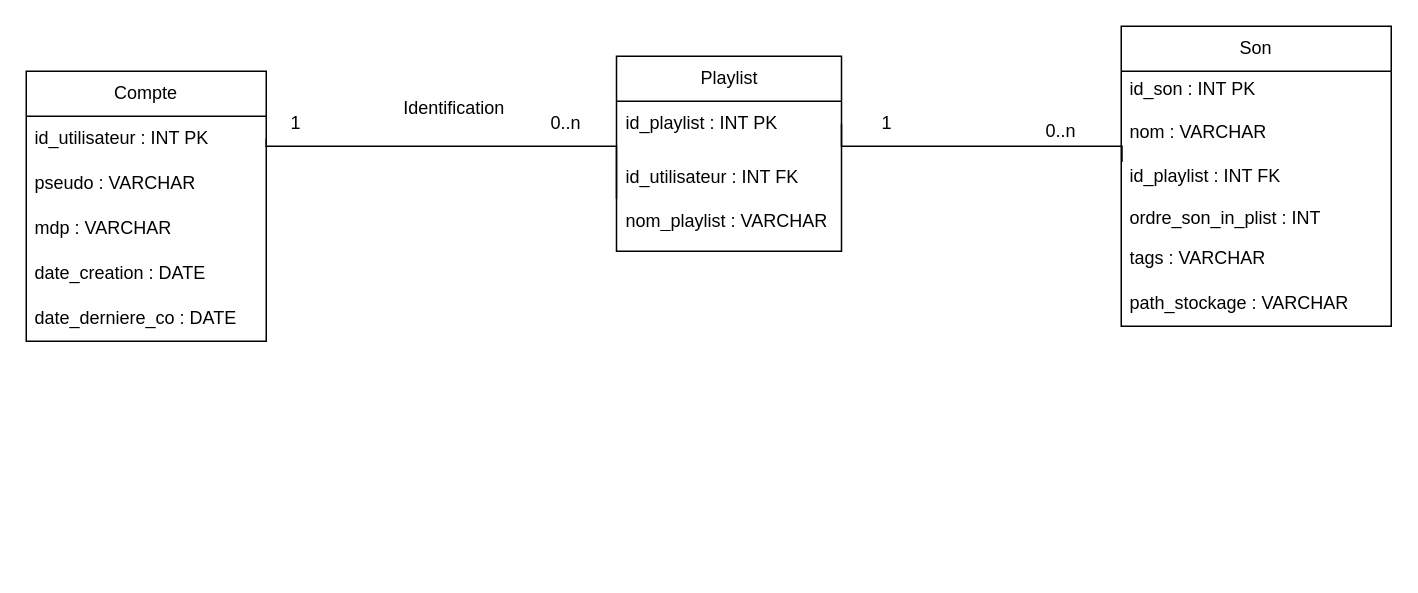
Earlier version of the draw.io diagram doc/modelisation/DiagrammeBDD_final.drawio.xml (PepitoTSO/Projet-INFO-ENSAI-2A-Gr14). Source tidied: cells renumbered, new cells numbered last; positions are measured from the earlier drawing's top-left corner, leaving out a move shared by most shapes. Both pictures are drawn from the tidied source at 150%, with x=0, y=0 at pixel (26, 26).
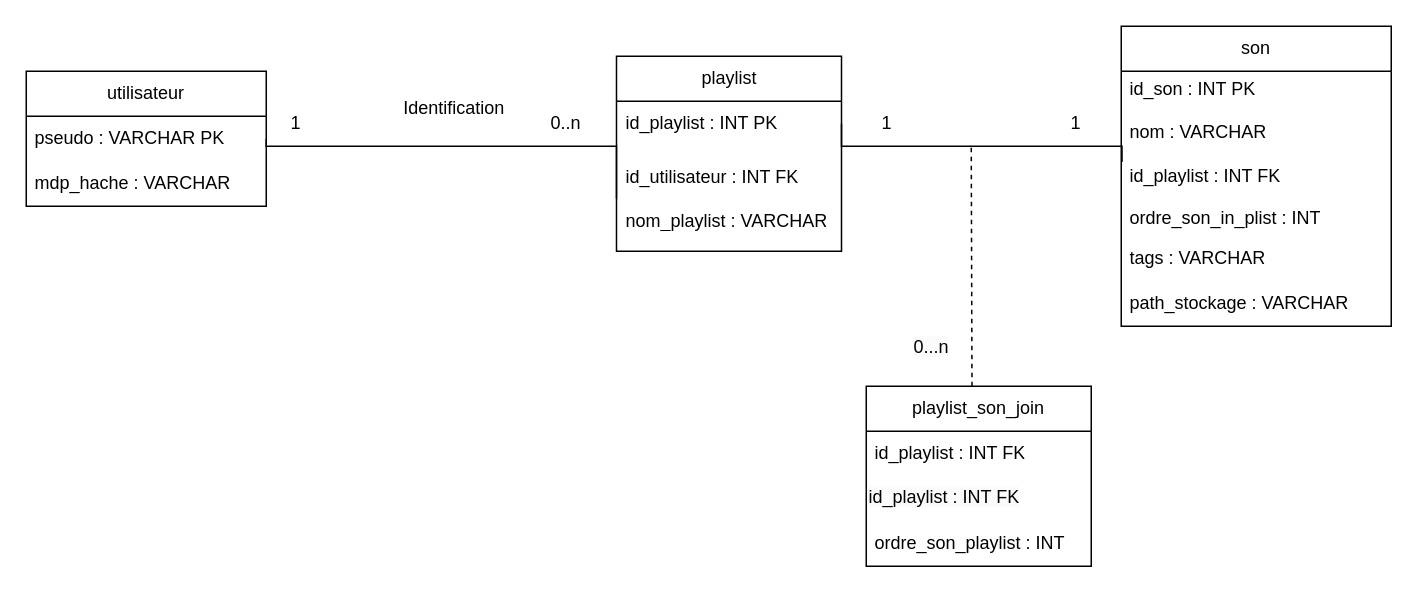
After the change.

Unchanged cells that the change refers to:
```xml
<mxCell id="10" value="id_utilisateur : INT FK&lt;br&gt;&lt;br&gt;nom_playlist : VARCHAR" style="text;strokeColor=none;fillColor=none;align=left;verticalAlign=middle;spacingLeft=4;spacingRight=4;overflow=hidden;points=[[0,0.5],[1,0.5]];portConstraint=eastwest;whiteSpace=wrap;html=1;" parent="8" vertex="1">
  <mxGeometry y="60" width="150" height="70" as="geometry" />
</mxCell>
```

Diff of the diagram source:
```diff
@@
-    <mxCell id="2" value="Compte" style="swimlane;fontStyle=0;horizontal=1;startSize=30;whiteSpace=wrap;html=1;" parent="1" vertex="1">
-      <mxGeometry y="30" width="160" height="180" as="geometry" />
+    <mxCell id="2" value="utilisateur" style="swimlane;fontStyle=0;horizontal=1;startSize=30;whiteSpace=wrap;html=1;" parent="1" vertex="1">
+      <mxGeometry y="30" width="160" height="90" as="geometry" />
     </mxCell>
-    <mxCell id="3" value="id_utilisateur : INT PK" style="text;strokeColor=none;fillColor=none;align=left;verticalAlign=middle;spacingLeft=4;spacingRight=4;overflow=hidden;points=[[0,0.5],[1,0.5]];portConstraint=eastwest;whiteSpace=wrap;html=1;" parent="2" vertex="1">
-      <mxGeometry y="30" width="160" height="30" as="geometry" />
-    </mxCell>
-    <mxCell id="4" value="pseudo : VARCHAR" style="text;strokeColor=none;fillColor=none;align=left;verticalAlign=middle;spacingLeft=4;spacingRight=4;overflow=hidden;whiteSpace=wrap;html=1;" parent="2" vertex="1">
-      <mxGeometry y="60" width="160" height="30" as="geometry" />
+    <mxCell id="4" value="pseudo : VARCHAR PK" style="text;strokeColor=none;fillColor=none;align=left;verticalAlign=middle;spacingLeft=4;spacingRight=4;overflow=hidden;whiteSpace=wrap;html=1;" parent="2" vertex="1">
+      <mxGeometry y="30" width="160" height="30" as="geometry" />
     </mxCell>
-    <mxCell id="5" value="mdp : VARCHAR" style="text;strokeColor=none;fillColor=none;align=left;verticalAlign=middle;spacingLeft=4;spacingRight=4;overflow=hidden;whiteSpace=wrap;html=1;" parent="2" vertex="1">
-      <mxGeometry y="90" width="160" height="30" as="geometry" />
+    <mxCell id="5" value="mdp_hache : VARCHAR" style="text;strokeColor=none;fillColor=none;align=left;verticalAlign=middle;spacingLeft=4;spacingRight=4;overflow=hidden;whiteSpace=wrap;html=1;" parent="2" vertex="1">
+      <mxGeometry y="60" width="160" height="30" as="geometry" />
     </mxCell>
-    <mxCell id="6" value="date_creation : DATE" style="text;strokeColor=none;fillColor=none;align=left;verticalAlign=middle;spacingLeft=4;spacingRight=4;overflow=hidden;whiteSpace=wrap;html=1;" parent="2" vertex="1">
-      <mxGeometry y="120" width="160" height="30" as="geometry" />
-    </mxCell>
-    <mxCell id="7" value="date_derniere_co : DATE" style="text;strokeColor=none;fillColor=none;align=left;verticalAlign=middle;spacingLeft=4;spacingRight=4;overflow=hidden;whiteSpace=wrap;html=1;" parent="2" vertex="1">
-      <mxGeometry y="150" width="160" height="30" as="geometry" />
-    </mxCell>
-    <mxCell id="8" value="Playlist" style="swimlane;fontStyle=0;horizontal=1;startSize=30;whiteSpace=wrap;html=1;" parent="1" vertex="1">
+    <mxCell id="8" value="playlist" style="swimlane;fontStyle=0;horizontal=1;startSize=30;whiteSpace=wrap;html=1;" parent="1" vertex="1">
       <mxGeometry x="393.5" y="20" width="150" height="130" as="geometry" />
     </mxCell>
@@
-    <mxCell id="11" value="Son" style="swimlane;fontStyle=0;horizontal=1;startSize=30;whiteSpace=wrap;html=1;" parent="1" vertex="1">
+    <mxCell id="11" value="son" style="swimlane;fontStyle=0;horizontal=1;startSize=30;whiteSpace=wrap;html=1;" parent="1" vertex="1">
       <mxGeometry x="730" width="180" height="200" as="geometry" />
     </mxCell>
@@
-    <mxCell id="15" style="edgeStyle=orthogonalEdgeStyle;rounded=0;jettySize=auto;html=1;entryX=0;entryY=0.5;entryDx=0;entryDy=0;exitX=1;exitY=0.5;exitDx=0;exitDy=0;endArrow=none;endFill=0;" parent="1" edge="1" source="3" target="10">
+    <mxCell id="15" style="edgeStyle=orthogonalEdgeStyle;rounded=0;jettySize=auto;html=1;entryX=0;entryY=0.5;entryDx=0;entryDy=0;exitX=1;exitY=0.5;exitDx=0;exitDy=0;endArrow=none;endFill=0;" parent="1" edge="1" target="10">
       <mxGeometry relative="1" as="geometry">
+        <mxPoint x="160" y="75" as="sourcePoint" />
         <Array as="points">
           <mxPoint x="160" y="80" />
           <mxPoint x="394" y="80" />
         </Array>
       </mxGeometry>
     </mxCell>
@@
-    <mxCell id="20" value="0..n" style="text;html=1;align=center;verticalAlign=middle;whiteSpace=wrap;rounded=0;" parent="1" vertex="1">
-      <mxGeometry x="660" y="55" width="60" height="30" as="geometry" />
-    </mxCell>
@@
+    <mxCell id="22" style="endArrow=none;dashed=1;html=1;rounded=0;" parent="1" edge="1">
+      <mxGeometry relative="1" as="geometry">
+        <mxPoint x="630.5" y="240" as="sourcePoint" />
+        <mxPoint x="630" y="80" as="targetPoint" />
+      </mxGeometry>
+    </mxCell>
+    <mxCell id="23" value="playlist_son_join" style="swimlane;fontStyle=0;horizontal=1;startSize=30;whiteSpace=wrap;html=1;" parent="1" vertex="1">
+      <mxGeometry x="560" y="240" width="150" height="120" as="geometry" />
+    </mxCell>
+    <mxCell id="24" value="id_playlist : INT FK" style="text;strokeColor=none;fillColor=none;align=left;verticalAlign=middle;spacingLeft=4;spacingRight=4;overflow=hidden;whiteSpace=wrap;html=1;" parent="23" vertex="1">
+      <mxGeometry y="30" width="150" height="30" as="geometry" />
+    </mxCell>
+    <mxCell id="25" value="&lt;span style=&quot;color: rgb(0, 0, 0); font-family: Helvetica; font-size: 12px; font-style: normal; font-variant-ligatures: normal; font-variant-caps: normal; font-weight: 400; letter-spacing: normal; orphans: 2; text-align: left; text-indent: 0px; text-transform: none; widows: 2; word-spacing: 0px; -webkit-text-stroke-width: 0px; white-space: normal; background-color: rgb(251, 251, 251); text-decoration-thickness: initial; text-decoration-style: initial; text-decoration-color: initial; display: inline !important; float: none;&quot;&gt;id_playlist : INT FK&lt;/span&gt;" style="text;whiteSpace=wrap;html=1;" parent="23" vertex="1">
+      <mxGeometry y="60" width="150" height="30" as="geometry" />
+    </mxCell>
+    <mxCell id="26" value="ordre_son_playlist : INT" style="text;strokeColor=none;fillColor=none;align=left;verticalAlign=middle;spacingLeft=4;spacingRight=4;overflow=hidden;whiteSpace=wrap;html=1;" parent="23" vertex="1">
+      <mxGeometry y="90" width="150" height="30" as="geometry" />
+    </mxCell>
+    <mxCell id="27" value="1" style="text;html=1;align=center;verticalAlign=middle;whiteSpace=wrap;rounded=0;" parent="1" vertex="1">
+      <mxGeometry x="670" y="50" width="60" height="30" as="geometry" />
+    </mxCell>
+    <mxCell id="28" value="&lt;span style=&quot;color: rgb(0, 0, 0); font-family: Helvetica; font-size: 12px; font-style: normal; font-variant-ligatures: normal; font-variant-caps: normal; font-weight: 400; letter-spacing: normal; orphans: 2; text-align: center; text-indent: 0px; text-transform: none; widows: 2; word-spacing: 0px; -webkit-text-stroke-width: 0px; white-space: normal; background-color: rgb(251, 251, 251); text-decoration-thickness: initial; text-decoration-style: initial; text-decoration-color: initial; display: inline !important; float: none;&quot;&gt;0...n&lt;/span&gt;" style="text;whiteSpace=wrap;html=1;" parent="1" vertex="1">
+      <mxGeometry x="590" y="200" width="40" height="40" as="geometry" />
+    </mxCell>
```
